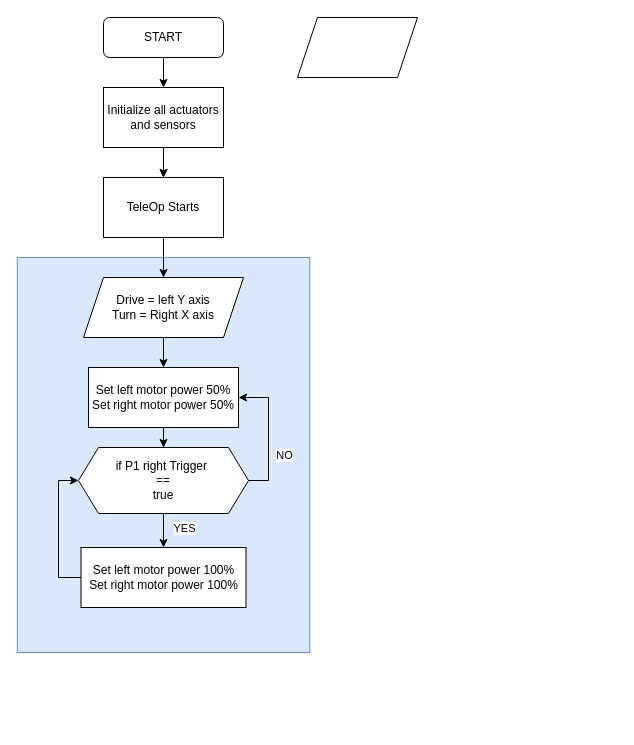
Before: Untitled Diagram.drawio in CoderAhza/FTC-FGC, a draw.io diagram. Source tidied: cells renumbered, new cells numbered last; positions are measured from the earlier drawing's top-left corner, leaving out a move shared by most shapes. Both pictures are drawn from the tidied source at 100%, with x=0, y=0 at pixel (17, 17).
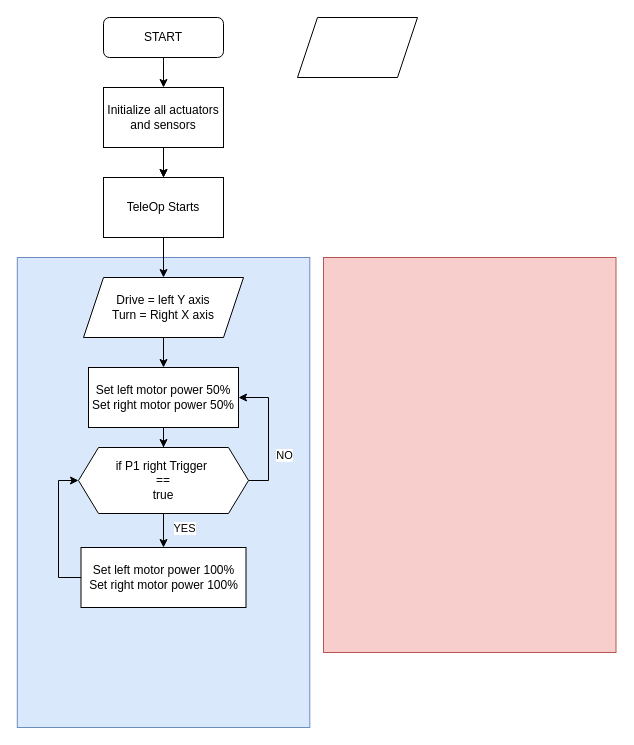
The same page after the edit.

Change to the diagram source:
```diff
@@
     <mxCell id="2" style="rounded=0;whiteSpace=wrap;html=1;fillColor=#dae8fc;strokeColor=#6c8ebf;" parent="1" vertex="1">
-      <mxGeometry x="-0.2" y="240" width="292.5" height="395" as="geometry" />
+      <mxGeometry x="-0.2" y="240" width="292.5" height="470" as="geometry" />
     </mxCell>
@@
+    <mxCell id="22" style="rounded=0;whiteSpace=wrap;html=1;fillColor=#f8cecc;strokeColor=#b85450;" parent="1" vertex="1">
+      <mxGeometry x="306" y="240" width="292.5" height="395" as="geometry" />
+    </mxCell>
```
